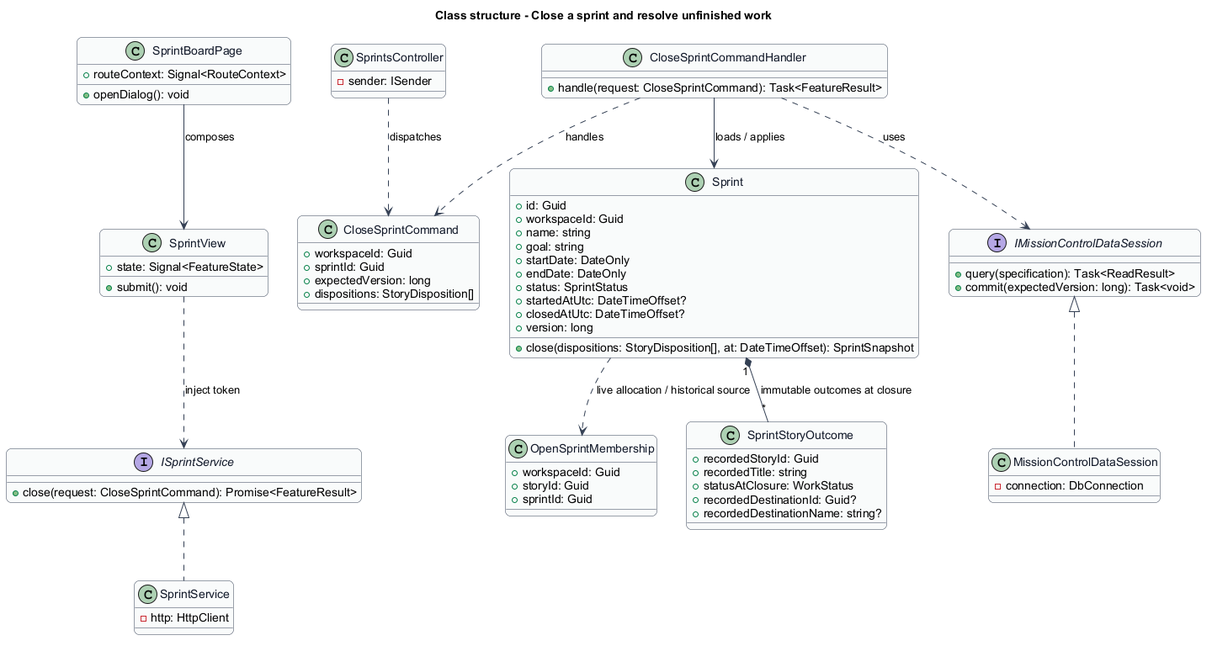
QuinntyneBrown/mission-control keeps this PlantUML diagram as docs/detailed-designs/scrum/close-sprint/diagrams/class-structure.png. Above is the earlier version.
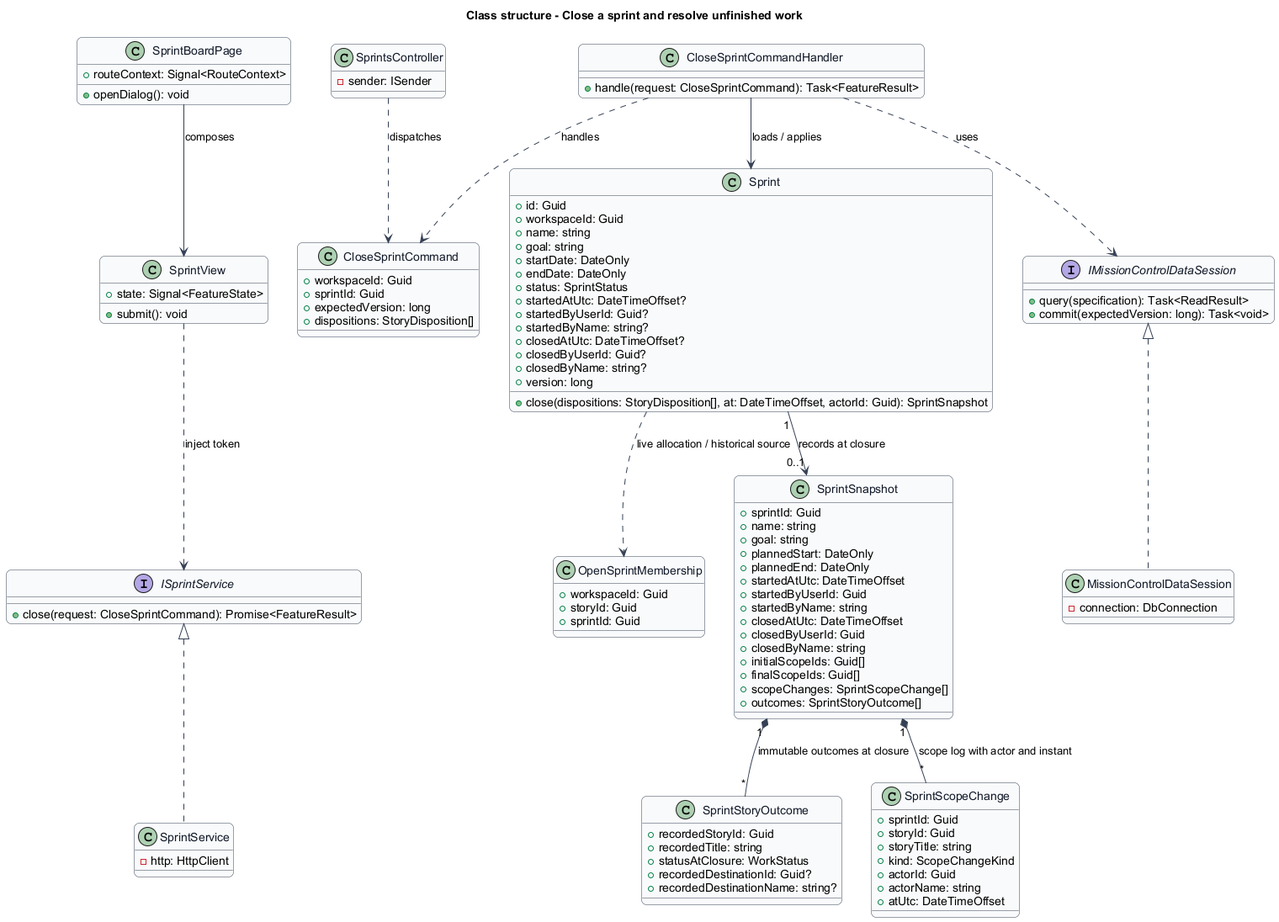
Later version of the same file.

The edit, as a diff of the source:
```diff
@@ -45,9 +45,13 @@
   +endDate: DateOnly
   +status: SprintStatus
   +startedAtUtc: DateTimeOffset?
+  +startedByUserId: Guid?
+  +startedByName: string?
   +closedAtUtc: DateTimeOffset?
+  +closedByUserId: Guid?
+  +closedByName: string?
   +version: long
-  +close(dispositions: StoryDisposition[], at: DateTimeOffset): SprintSnapshot
+  +close(dispositions: StoryDisposition[], at: DateTimeOffset, actorId: Guid): SprintSnapshot
 }
 interface IMissionControlDataSession {
   +query(specification): Task<ReadResult>
@@ -86,6 +90,34 @@
   +recordedDestinationId: Guid?
   +recordedDestinationName: string?
 }
-Sprint "1" *-- "*" SprintStoryOutcome : immutable outcomes at closure
+class SprintSnapshot {
+  +sprintId: Guid
+  +name: string
+  +goal: string
+  +plannedStart: DateOnly
+  +plannedEnd: DateOnly
+  +startedAtUtc: DateTimeOffset
+  +startedByUserId: Guid
+  +startedByName: string
+  +closedAtUtc: DateTimeOffset
+  +closedByUserId: Guid
+  +closedByName: string
+  +initialScopeIds: Guid[]
+  +finalScopeIds: Guid[]
+  +scopeChanges: SprintScopeChange[]
+  +outcomes: SprintStoryOutcome[]
+}
+class SprintScopeChange {
+  +sprintId: Guid
+  +storyId: Guid
+  +storyTitle: string
+  +kind: ScopeChangeKind
+  +actorId: Guid
+  +actorName: string
+  +atUtc: DateTimeOffset
+}
+Sprint "1" --> "0..1" SprintSnapshot : records at closure
+SprintSnapshot "1" *-- "*" SprintStoryOutcome : immutable outcomes at closure
+SprintSnapshot "1" *-- "*" SprintScopeChange : scope log with actor and instant
 Sprint ..> OpenSprintMembership : live allocation / historical source
 @enduml
```
